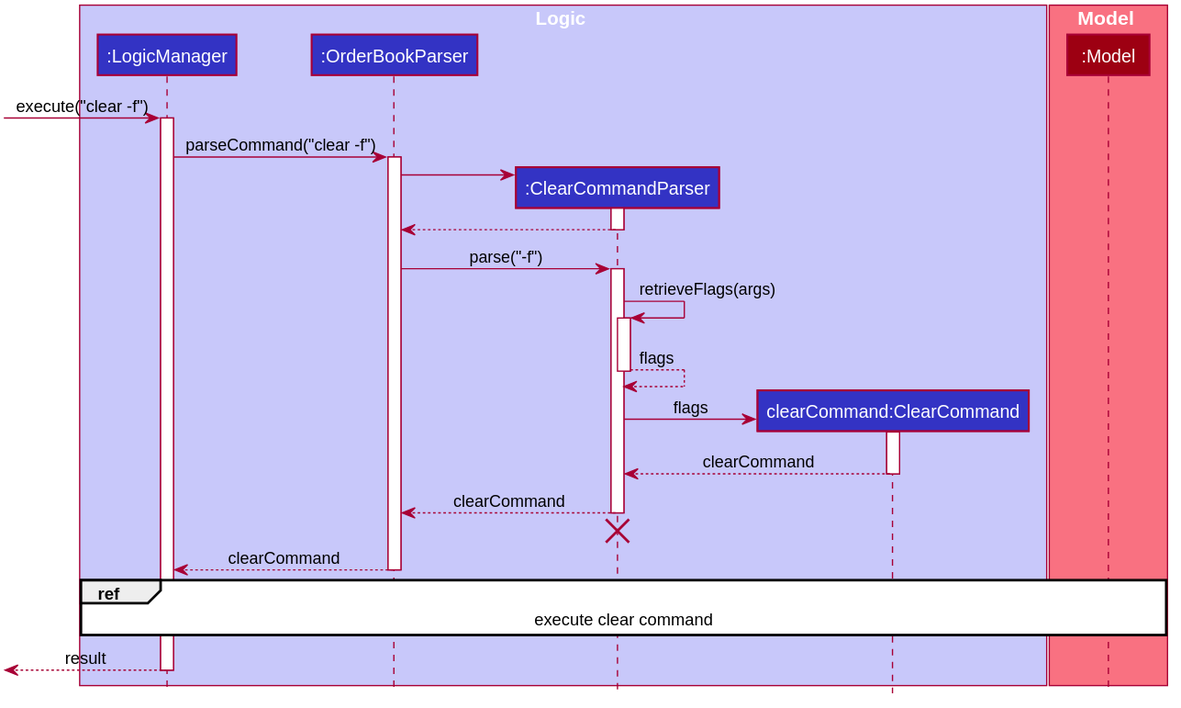
Earlier version of the PlantUML export images/ClearCommandSequenceDiagram.svg (AY1920S2-CS2103T-W12-1/main).
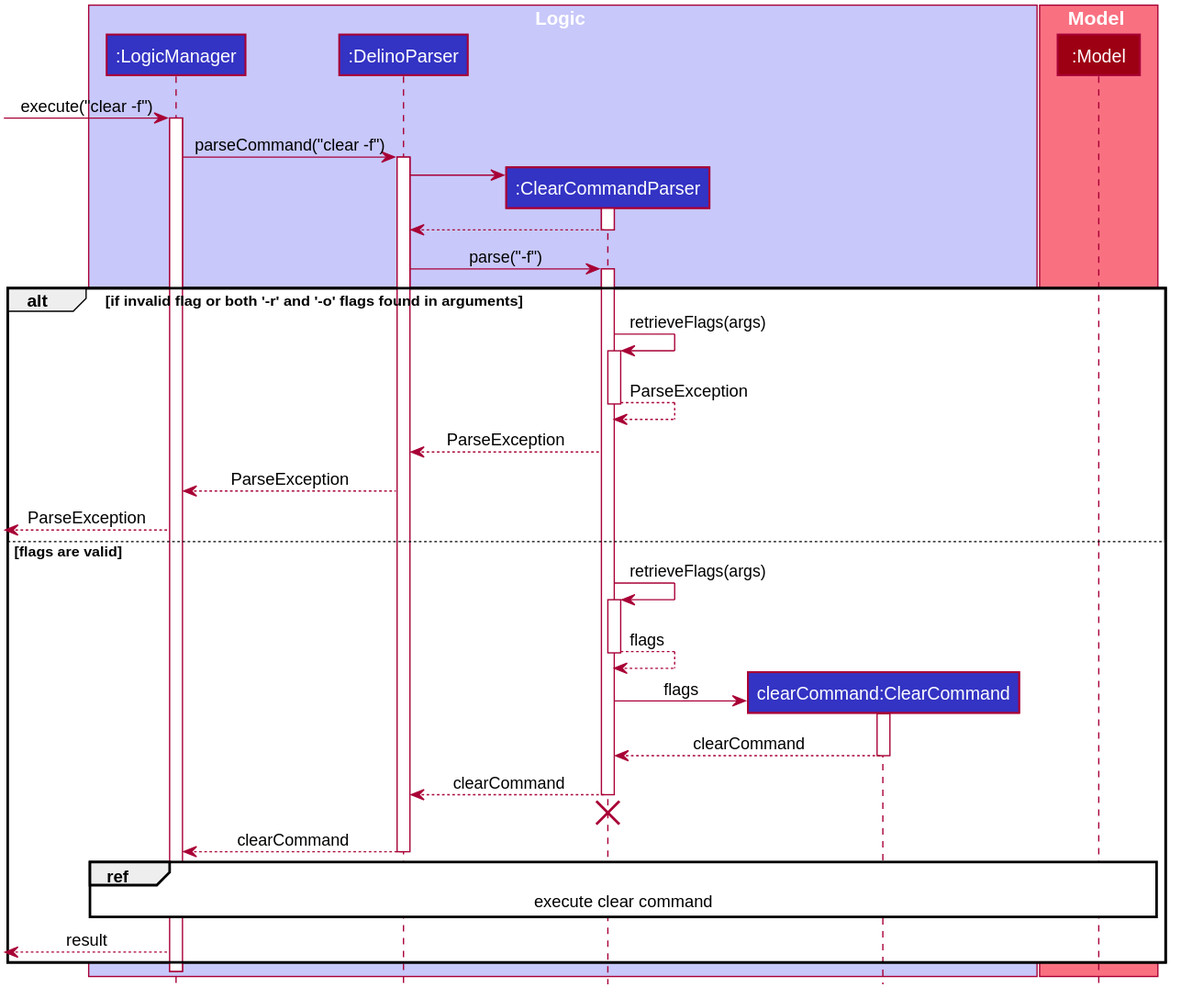
The same diagram one commit later.

The edit, as a diff of the source:
```diff
@@ -49,7 +49,7 @@
 hide circle
 box Logic #C8C8FA
 participant ":LogicManager" as LogicManager #3333C4
-participant ":OrderBookParser" as OrderBookParser #3333C4
+participant ":DelinoParser" as DelinoParser #3333C4
 participant ":ClearCommandParser" as ClearCommandParser #3333C4
 participant "clearCommand:ClearCommand" as ClearCommand #3333C4
 end box
@@ -61,33 +61,41 @@
 [-> LogicManager : execute("clear -f")
 activate LogicManager
 
-LogicManager -> OrderBookParser : parseCommand("clear -f")
-activate OrderBookParser
+LogicManager -> DelinoParser : parseCommand("clear -f")
+activate DelinoParser
 
 create ClearCommandParser
-OrderBookParser -> ClearCommandParser ++
+DelinoParser -> ClearCommandParser ++
 
-ClearCommandParser --> OrderBookParser --
+ClearCommandParser --> DelinoParser --
 
-OrderBookParser -> ClearCommandParser ++ : parse("-f")
+DelinoParser -> ClearCommandParser ++ : parse("-f")
 
-ClearCommandParser -> ClearCommandParser ++ : retrieveFlags(args)
-ClearCommandParser --> ClearCommandParser -- : flags
+alt if invalid flag or both '-r' and '-o' flags  found in arguments
+    ClearCommandParser -> ClearCommandParser ++ : retrieveFlags(args)
+    ClearCommandParser --> ClearCommandParser -- : ParseException
+    ClearCommandParser --> DelinoParser : ParseException
+    DelinoParser --> LogicManager : ParseException
+    [<-- LogicManager : ParseException
+else flags are valid
+    ClearCommandParser -> ClearCommandParser ++ : retrieveFlags(args)
 
-create ClearCommand
-ClearCommandParser -> ClearCommand ++ : flags
+    ClearCommandParser --> ClearCommandParser -- : flags
 
-ClearCommand --> ClearCommandParser -- : clearCommand
+    create ClearCommand
+    ClearCommandParser -> ClearCommand ++ : flags
 
-ClearCommandParser --> OrderBookParser -- : clearCommand
-ClearCommandParser -[hidden]-> OrderBookParser
-destroy ClearCommandParser
+    ClearCommand --> ClearCommandParser -- : clearCommand
 
-OrderBookParser --> LogicManager -- : clearCommand
+    ClearCommandParser --> DelinoParser -- : clearCommand
+    ClearCommandParser -[hidden]-> DelinoParser
+    destroy ClearCommandParser
 
-ref over LogicManager,  Model : execute clear command
+    DelinoParser --> LogicManager -- : clearCommand
 
+    ref over LogicManager,  Model : execute clear command
 
 [<--LogicManager : result
+end
 deactivate LogicManager
 @enduml
```
